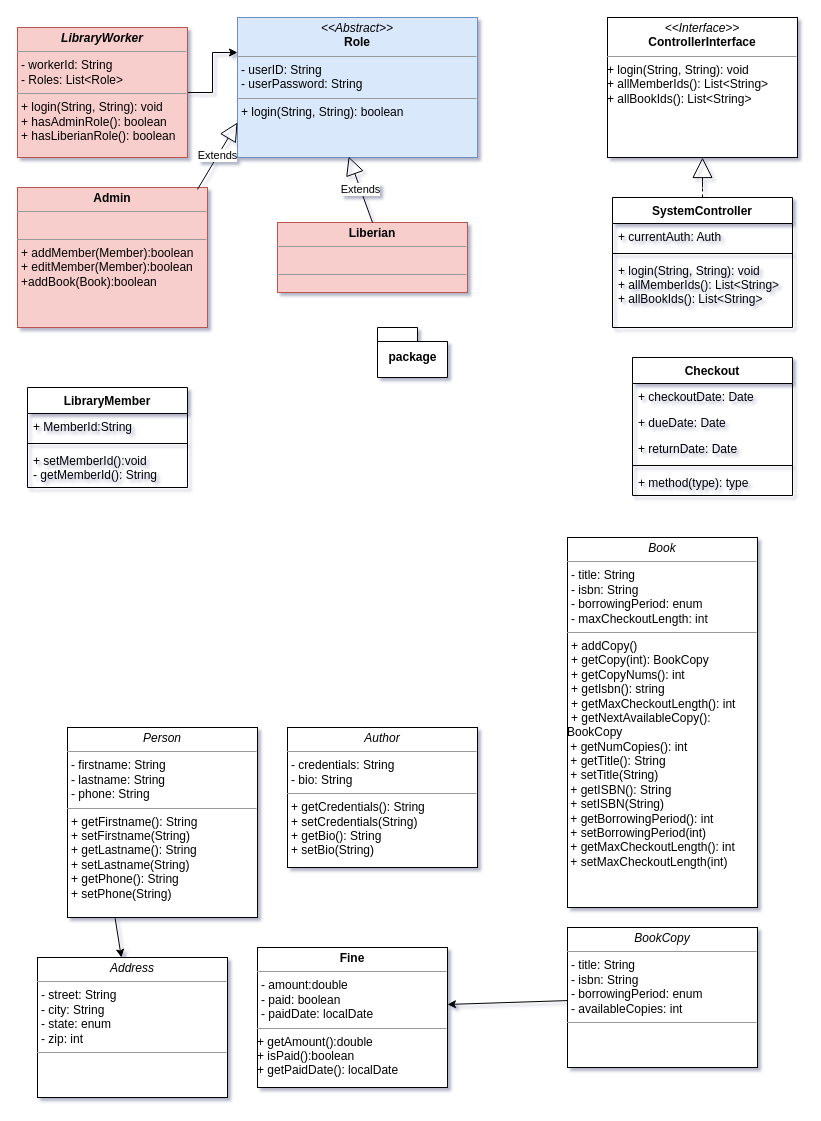
Before: Untitled Diagram.drawio in megaunknown/UML, a draw.io diagram. Source tidied: cells renumbered, new cells numbered last; positions are measured from the earlier drawing's top-left corner, leaving out a move shared by most shapes. Both pictures are drawn from the tidied source at 100%, with x=0, y=0 at pixel (17, 17).
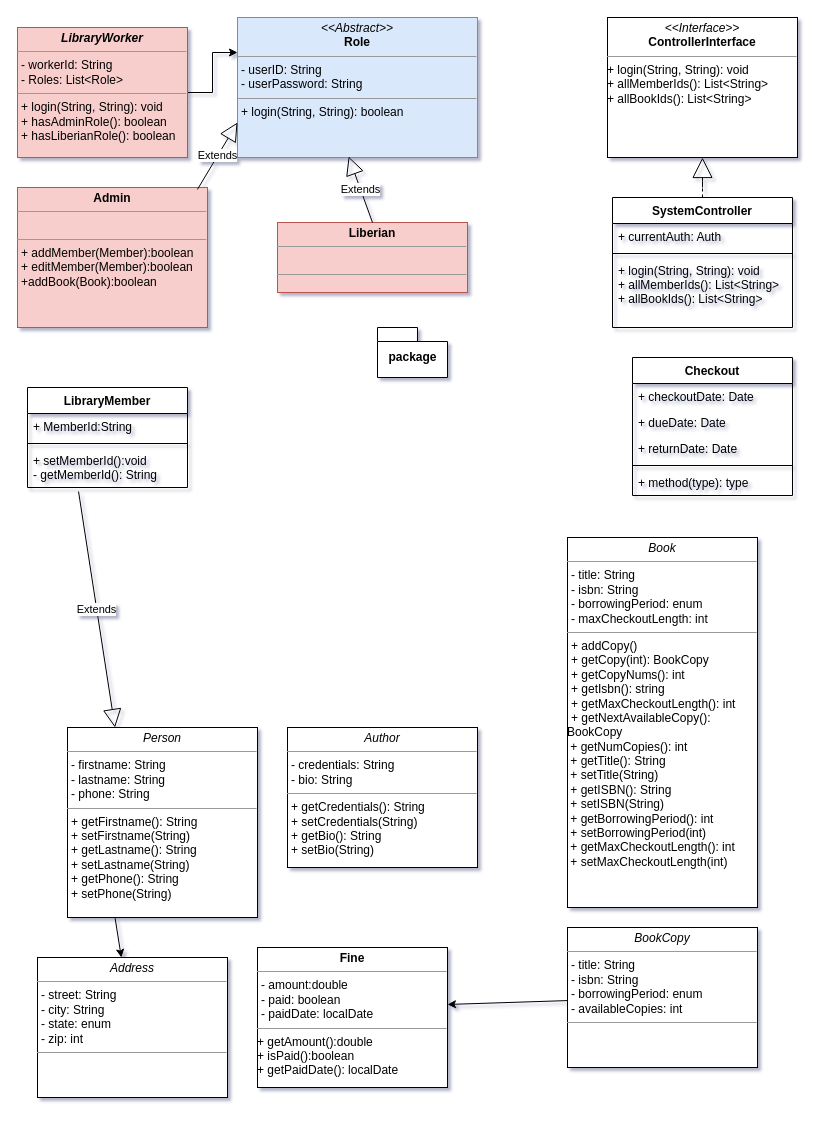
The same diagram, later.

Commit message:
Add Relatioship From LibraryMember to Person

Unchanged cells that the change refers to:
```xml
<mxCell id="10" value="&lt;p style=&quot;margin: 0px ; margin-top: 4px ; text-align: center&quot;&gt;&lt;i&gt;Person&lt;/i&gt;&lt;br&gt;&lt;/p&gt;&lt;hr size=&quot;1&quot;&gt;&lt;p style=&quot;margin: 0px ; margin-left: 4px&quot;&gt;- firstname: String&lt;br&gt;- lastname: String&lt;/p&gt;&lt;p style=&quot;margin: 0px ; margin-left: 4px&quot;&gt;- phone: String&lt;br&gt;&lt;/p&gt;&lt;hr size=&quot;1&quot;&gt;&lt;p style=&quot;margin: 0px ; margin-left: 4px&quot;&gt;+ getFirstname(): String&lt;/p&gt;&lt;p style=&quot;margin: 0px ; margin-left: 4px&quot;&gt;+ setFirstname(String)&lt;br&gt;&lt;/p&gt;&lt;p style=&quot;margin: 0px 0px 0px 4px&quot;&gt;+ getLastname(): String&lt;/p&gt;&lt;p style=&quot;margin: 0px 0px 0px 4px&quot;&gt;+ setLastname(String)&lt;br&gt;&lt;/p&gt;&lt;p style=&quot;margin: 0px 0px 0px 4px&quot;&gt;+ getPhone(): String&lt;/p&gt;&lt;p style=&quot;margin: 0px 0px 0px 4px&quot;&gt;+ setPhone(String)&lt;/p&gt;&lt;p style=&quot;margin: 0px 0px 0px 4px&quot;&gt;&lt;br&gt;&lt;/p&gt;" style="verticalAlign=top;align=left;overflow=fill;fontSize=12;fontFamily=Helvetica;html=1;rounded=0;shadow=0;comic=0;labelBackgroundColor=none;strokeWidth=1;" parent="1" vertex="1">
  <mxGeometry x="50" y="710" width="190" height="190" as="geometry" />
</mxCell>
<mxCell id="33" value="+ setMemberId():void&#10;- getMemberId(): String&#10;&#10;" style="text;strokeColor=none;fillColor=none;align=left;verticalAlign=top;spacingLeft=4;spacingRight=4;overflow=hidden;points=[[0,0.5],[1,0.5]];portConstraint=eastwest;" parent="30" vertex="1">
  <mxGeometry y="60" width="160" height="40" as="geometry" />
</mxCell>
```

Change to the diagram source:
```diff
@@
+    <mxCell id="34" value="Extends" style="endArrow=block;endSize=16;endFill=0;html=1;exitX=0.319;exitY=1.1;exitDx=0;exitDy=0;exitPerimeter=0;entryX=0.25;entryY=0;entryDx=0;entryDy=0;" parent="1" edge="1" source="33" target="10">
+      <mxGeometry relative="1" as="geometry" />
+    </mxCell>
```
